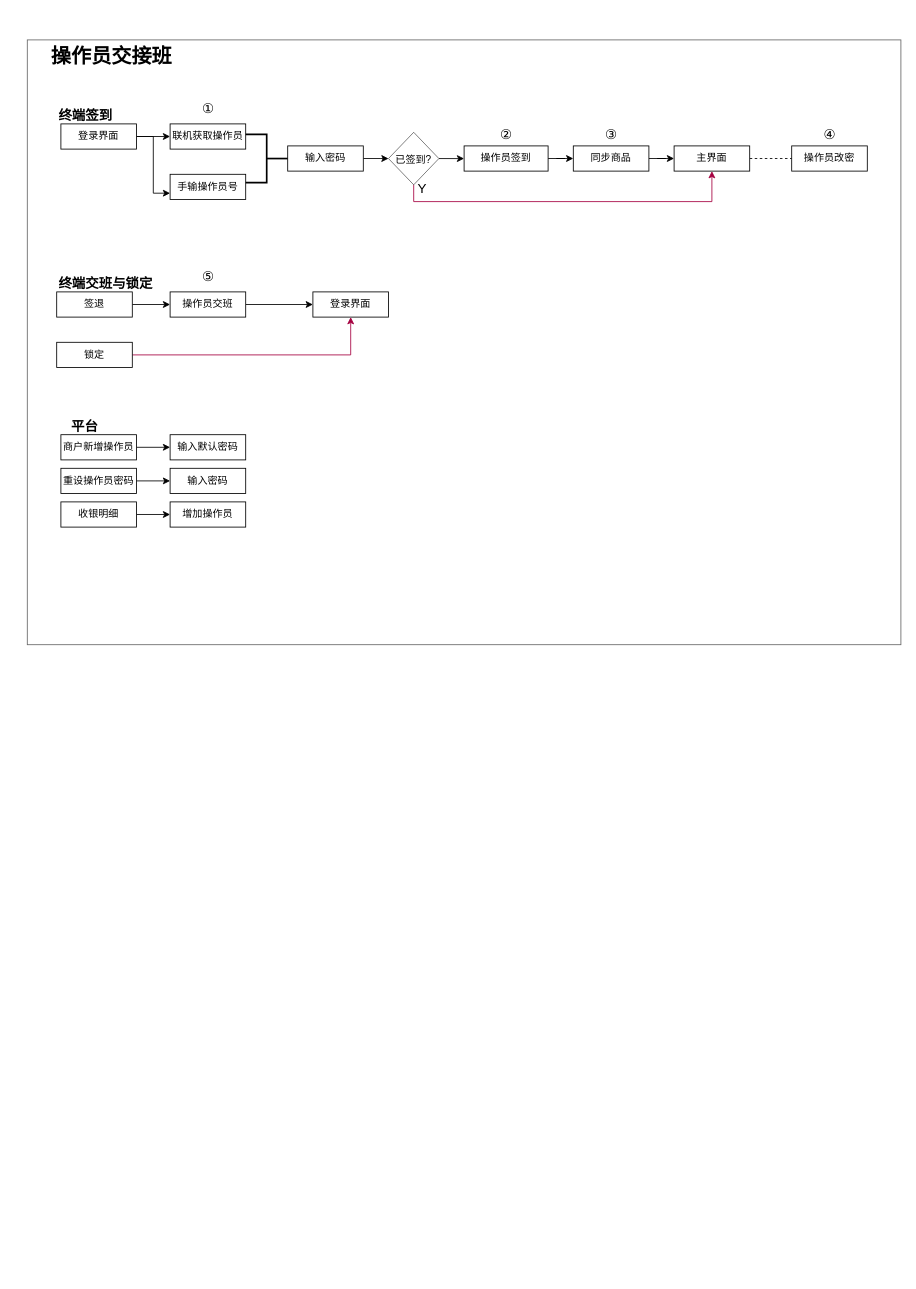
This is Untitled Diagram.drawio from xin78693304/mycharts, a draw.io file, before an edit. Source tidied: cells renumbered, new cells numbered last; positions are measured from the earlier drawing's top-left corner, leaving out a move shared by most shapes. Both pictures are drawn from the tidied source at 84%, with x=0, y=0 at pixel (27, 39).
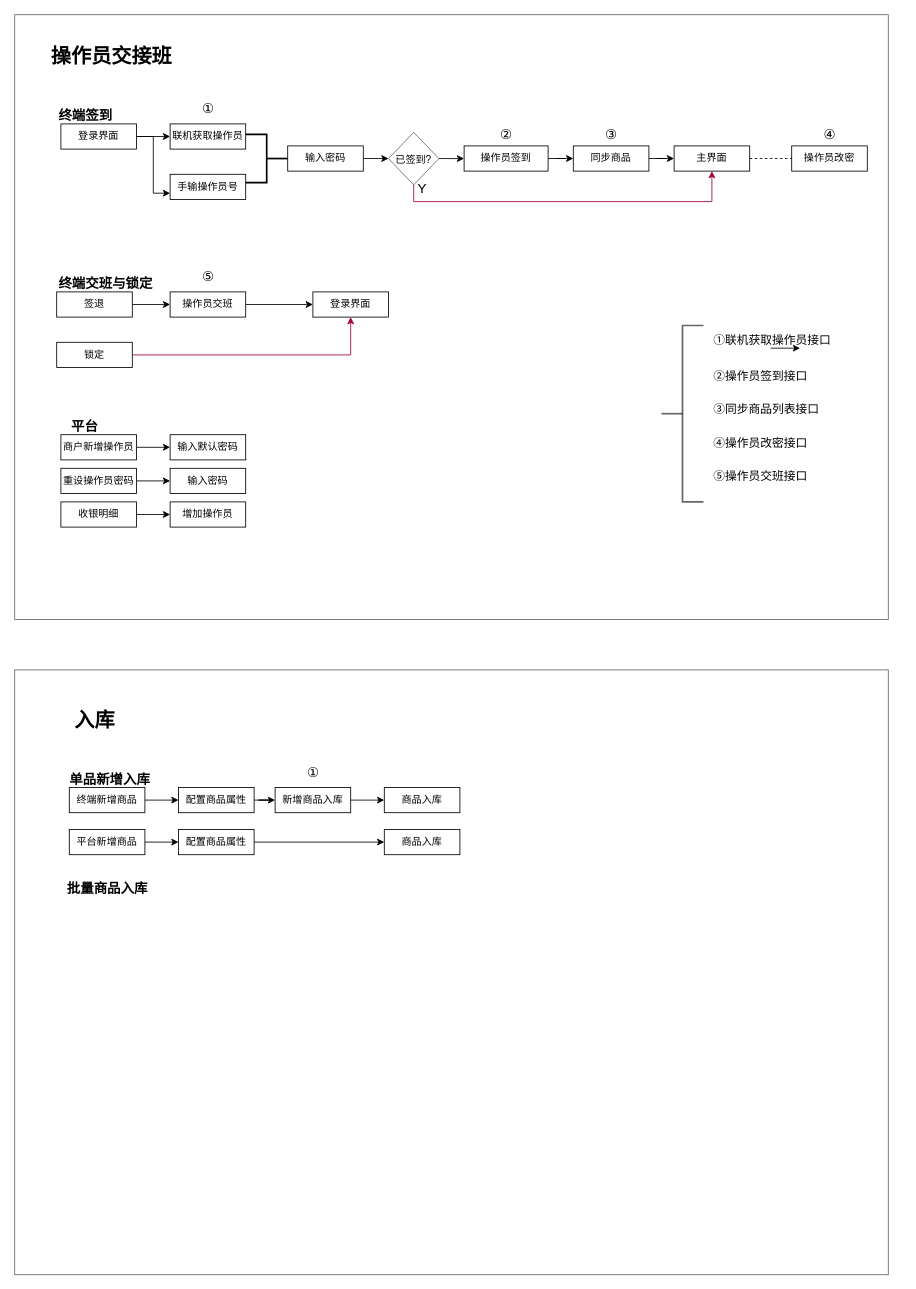
The same page after the edit.

What changed in the source:
```diff
@@
     <mxCell id="2" style="rounded=0;whiteSpace=wrap;html=1;fillColor=none;opacity=60;glass=0;" parent="1" vertex="1">
-      <mxGeometry width="1040" height="720" as="geometry" />
+      <mxGeometry x="-15" y="-30" width="1040" height="720" as="geometry" />
     </mxCell>
@@
+    <mxCell id="47" style="rounded=0;whiteSpace=wrap;html=1;fillColor=none;opacity=60;glass=0;" parent="1" vertex="1">
+      <mxGeometry x="-15" y="750" width="1040" height="720" as="geometry" />
+    </mxCell>
+    <mxCell id="48" value="入库" style="text;strokeColor=none;fillColor=none;html=1;fontSize=24;fontStyle=1;verticalAlign=middle;align=center;" parent="1" vertex="1">
+      <mxGeometry x="30" y="790" width="100" height="40" as="geometry" />
+    </mxCell>
+    <mxCell id="49" style="edgeStyle=orthogonalEdgeStyle;rounded=0;jettySize=auto;html=1;exitX=1;exitY=0.5;exitDx=0;exitDy=0;entryX=0;entryY=0.5;entryDx=0;entryDy=0;fontSize=16;" parent="1" edge="1" source="50" target="52">
+      <mxGeometry relative="1" as="geometry" />
+    </mxCell>
+    <mxCell id="50" value="终端新增商品" style="rounded=0;whiteSpace=wrap;html=1;" parent="1" vertex="1">
+      <mxGeometry x="50" y="890" width="90" height="30" as="geometry" />
+    </mxCell>
+    <mxCell id="51" style="edgeStyle=orthogonalEdgeStyle;rounded=0;jettySize=auto;html=1;exitX=1;exitY=0.5;exitDx=0;exitDy=0;fontSize=16;" parent="1" edge="1" source="52" target="60">
+      <mxGeometry relative="1" as="geometry" />
+    </mxCell>
+    <mxCell id="52" value="配置商品属性" style="rounded=0;whiteSpace=wrap;html=1;" parent="1" vertex="1">
+      <mxGeometry x="180" y="890" width="90" height="30" as="geometry" />
+    </mxCell>
+    <mxCell id="53" value="单品新增入库" style="text;strokeColor=none;fillColor=none;html=1;fontSize=16;fontStyle=1;verticalAlign=middle;align=center;" parent="1" vertex="1">
+      <mxGeometry x="65" y="870" width="65" height="20" as="geometry" />
+    </mxCell>
+    <mxCell id="54" style="edgeStyle=orthogonalEdgeStyle;rounded=0;jettySize=auto;html=1;exitX=1;exitY=0.5;exitDx=0;exitDy=0;entryX=0;entryY=0.5;entryDx=0;entryDy=0;fontSize=14;" parent="1" edge="1" source="55" target="57">
+      <mxGeometry relative="1" as="geometry" />
+    </mxCell>
+    <mxCell id="55" value="平台新增商品" style="rounded=0;whiteSpace=wrap;html=1;" parent="1" vertex="1">
+      <mxGeometry x="50" y="940" width="90" height="30" as="geometry" />
+    </mxCell>
+    <mxCell id="56" style="edgeStyle=orthogonalEdgeStyle;rounded=0;jettySize=auto;html=1;exitX=1;exitY=0.5;exitDx=0;exitDy=0;fontSize=14;" parent="1" edge="1" source="57" target="69">
+      <mxGeometry relative="1" as="geometry" />
+    </mxCell>
+    <mxCell id="57" value="配置商品属性" style="rounded=0;whiteSpace=wrap;html=1;" parent="1" vertex="1">
+      <mxGeometry x="180" y="940" width="90" height="30" as="geometry" />
+    </mxCell>
+    <mxCell id="58" value="商品入库" style="rounded=0;whiteSpace=wrap;html=1;" parent="1" vertex="1">
+      <mxGeometry x="425" y="890" width="90" height="30" as="geometry" />
+    </mxCell>
+    <mxCell id="59" style="edgeStyle=orthogonalEdgeStyle;rounded=0;jettySize=auto;html=1;exitX=1;exitY=0.5;exitDx=0;exitDy=0;fontSize=16;" parent="1" edge="1" source="60" target="58">
+      <mxGeometry relative="1" as="geometry" />
+    </mxCell>
+    <mxCell id="60" value="新增商品入库" style="rounded=0;whiteSpace=wrap;html=1;" parent="1" vertex="1">
+      <mxGeometry x="295" y="890" width="90" height="30" as="geometry" />
+    </mxCell>
+    <mxCell id="61" value="&lt;span style=&quot;font-weight: normal&quot;&gt;&lt;font style=&quot;font-size: 16px&quot;&gt;①&lt;/font&gt;&lt;/span&gt;" style="text;strokeColor=none;fillColor=none;html=1;fontSize=24;fontStyle=1;verticalAlign=middle;align=center;" parent="1" vertex="1">
+      <mxGeometry x="330" y="860" width="20" height="20" as="geometry" />
+    </mxCell>
+    <mxCell id="62" style="strokeWidth=2;html=1;shape=mxgraph.flowchart.annotation_2;align=left;labelPosition=right;rounded=0;glass=0;fillColor=none;fontSize=16;opacity=60;" parent="1" vertex="1">
+      <mxGeometry x="755" y="340" width="50" height="210" as="geometry" />
+    </mxCell>
+    <mxCell id="63" value="①联机获取操作员接口" style="text;strokeColor=none;fillColor=none;html=1;fontSize=14;fontStyle=0;verticalAlign=middle;align=left;" parent="1" vertex="1">
+      <mxGeometry x="815" y="347" width="140" height="20" as="geometry" />
+    </mxCell>
+    <mxCell id="64" style="edgeStyle=orthogonalEdgeStyle;rounded=0;orthogonalLoop=1;jettySize=auto;html=1;exitX=0.5;exitY=1;exitDx=0;exitDy=0;entryX=0.75;entryY=1;entryDx=0;entryDy=0;fontSize=14;" parent="1" edge="1" source="63" target="63">
+      <mxGeometry relative="1" as="geometry" />
+    </mxCell>
+    <mxCell id="65" value="②操作员签到接口" style="text;strokeColor=none;fillColor=none;html=1;fontSize=14;fontStyle=0;verticalAlign=middle;align=left;" parent="1" vertex="1">
+      <mxGeometry x="815" y="390" width="140" height="20" as="geometry" />
+    </mxCell>
+    <mxCell id="66" value="③同步商品列表接口" style="text;strokeColor=none;fillColor=none;html=1;fontSize=14;fontStyle=0;verticalAlign=middle;align=left;" parent="1" vertex="1">
+      <mxGeometry x="815" y="430" width="140" height="20" as="geometry" />
+    </mxCell>
+    <mxCell id="67" value="④操作员改密接口" style="text;strokeColor=none;fillColor=none;html=1;fontSize=14;fontStyle=0;verticalAlign=middle;align=left;" parent="1" vertex="1">
+      <mxGeometry x="815" y="470" width="140" height="20" as="geometry" />
+    </mxCell>
+    <mxCell id="68" value="⑤操作员交班接口" style="text;strokeColor=none;fillColor=none;html=1;fontSize=14;fontStyle=0;verticalAlign=middle;align=left;" parent="1" vertex="1">
+      <mxGeometry x="815" y="510" width="140" height="20" as="geometry" />
+    </mxCell>
+    <mxCell id="69" value="商品入库" style="rounded=0;whiteSpace=wrap;html=1;" parent="1" vertex="1">
+      <mxGeometry x="425" y="940" width="90" height="30" as="geometry" />
+    </mxCell>
+    <mxCell id="70" value="批量商品入库" style="text;strokeColor=none;fillColor=none;html=1;fontSize=16;fontStyle=1;verticalAlign=middle;align=center;" parent="1" vertex="1">
+      <mxGeometry x="62.5" y="1000" width="65" height="20" as="geometry" />
+    </mxCell>
```
